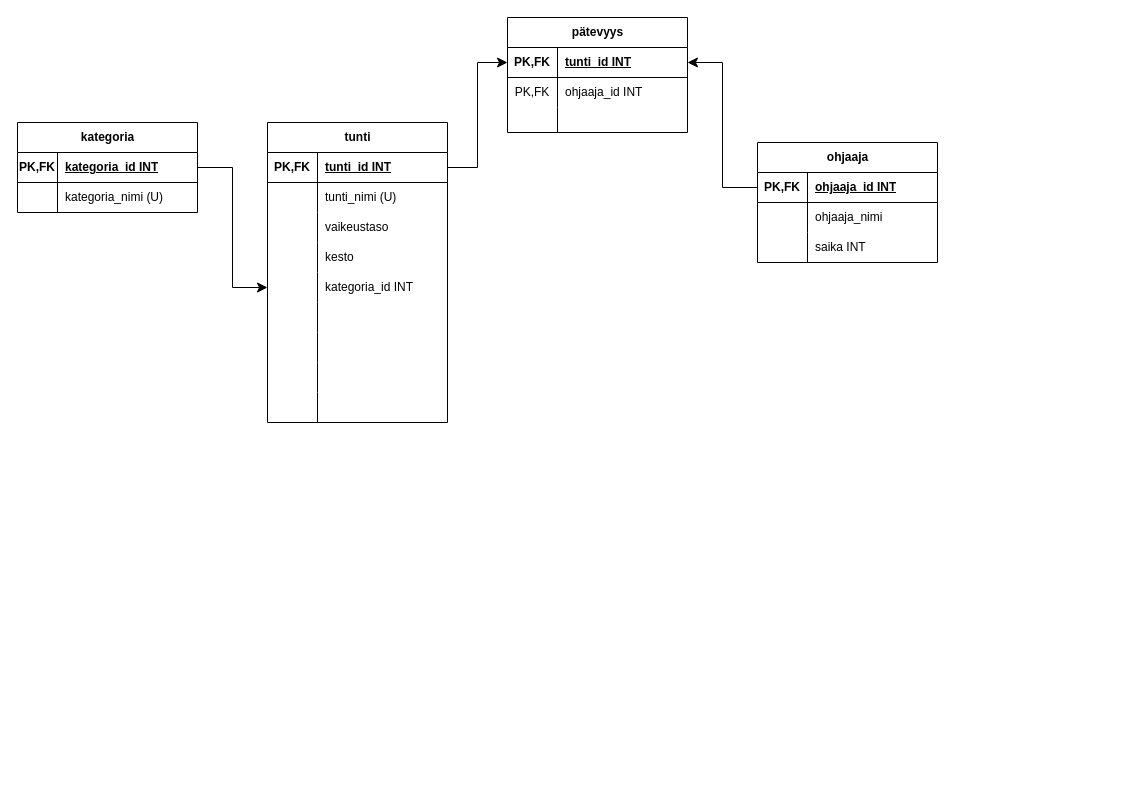
Above: harj4t2.drawio in makevs/tikape_diagrams (draw.io), before the change. Source tidied: cells renumbered, new cells numbered last; positions are measured from the earlier drawing's top-left corner, leaving out a move shared by most shapes. Both pictures are drawn from the tidied source at 100%, with x=0, y=0 at pixel (17, 17).
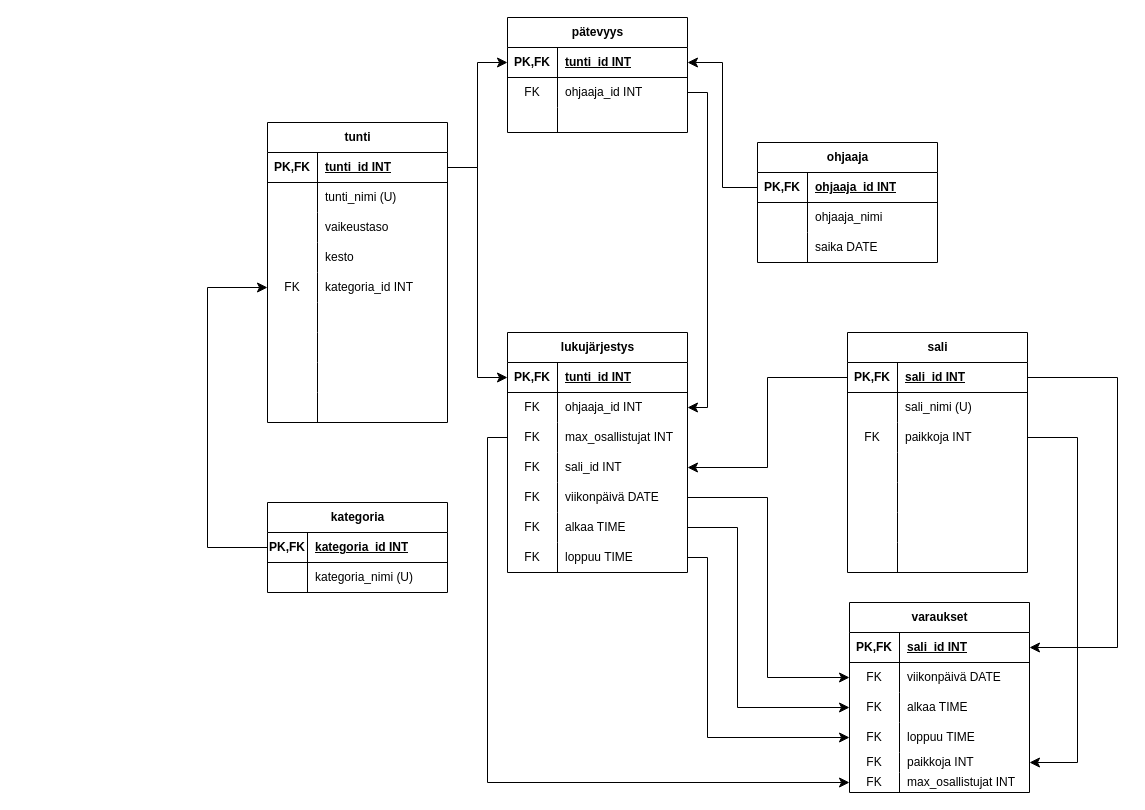
After the change.

Unchanged cells that the change refers to:
```xml
<mxCell id="3" style="shape=tableRow;horizontal=0;startSize=0;swimlaneHead=0;swimlaneBody=0;fillColor=none;points=[[0,0.5],[1,0.5]];portConstraint=eastwest;top=0;left=0;right=0;bottom=1;" parent="2" vertex="1">
  <mxGeometry y="30" width="180" height="30" as="geometry" />
</mxCell>
<mxCell id="15" style="shape=tableRow;horizontal=0;startSize=0;swimlaneHead=0;swimlaneBody=0;fillColor=none;points=[[0,0.5],[1,0.5]];portConstraint=eastwest;top=0;left=0;right=0;bottom=0;" parent="2" vertex="1">
  <mxGeometry y="150" width="180" height="30" as="geometry" />
</mxCell>
<mxCell id="31" style="shape=tableRow;horizontal=0;startSize=0;swimlaneHead=0;swimlaneBody=0;fillColor=none;points=[[0,0.5],[1,0.5]];portConstraint=eastwest;top=0;left=0;right=0;bottom=1;" parent="30" vertex="1">
  <mxGeometry y="30" width="180" height="30" as="geometry" />
</mxCell>
<mxCell id="45" style="shape=tableRow;horizontal=0;startSize=0;swimlaneHead=0;swimlaneBody=0;fillColor=none;top=0;left=0;right=0;bottom=0;" parent="38" vertex="1">
  <mxGeometry y="90" width="180" height="30" as="geometry" />
</mxCell>
<mxCell id="52" style="shape=tableRow;horizontal=0;startSize=0;swimlaneHead=0;swimlaneBody=0;fillColor=none;points=[[0,0.5],[1,0.5]];portConstraint=eastwest;top=0;left=0;right=0;bottom=0;" parent="48" vertex="1">
  <mxGeometry y="60" width="180" height="30" as="geometry" />
</mxCell>
```

Change to the diagram source:
```diff
@@
-    <mxCell id="16" style="shape=partialRectangle;fillColor=none;top=0;left=0;bottom=0;right=0;overflow=hidden;whiteSpace=wrap;html=1;" parent="15" vertex="1">
+    <mxCell id="16" value="FK" style="shape=partialRectangle;fillColor=none;top=0;left=0;bottom=0;right=0;overflow=hidden;whiteSpace=wrap;html=1;" parent="15" vertex="1">
       <mxGeometry width="50" height="30" as="geometry" />
     </mxCell>
@@
     <mxCell id="30" value="kategoria" style="shape=table;startSize=30;childLayout=tableLayout;rowLines=0;fontStyle=1;align=center;html=1;" parent="1" vertex="1">
-      <mxGeometry y="105" width="180" height="90" as="geometry" />
+      <mxGeometry x="250" y="485" width="180" height="90" as="geometry" />
     </mxCell>
@@
-    <mxCell id="37" style="edgeStyle=elbowEdgeStyle;elbow=horizontal;endArrow=classic;html=1;curved=0;rounded=0;endSize=8;startSize=8;exitX=1;exitY=0.5;exitDx=0;exitDy=0;" parent="1" edge="1" source="31" target="15">
-      <mxGeometry relative="1" as="geometry" />
+    <mxCell id="37" style="edgeStyle=elbowEdgeStyle;elbow=horizontal;endArrow=classic;html=1;curved=0;rounded=0;endSize=8;startSize=8;" parent="1" edge="1" source="31" target="15">
+      <mxGeometry relative="1" as="geometry">
+        <Array as="points">
+          <mxPoint x="190" y="395" />
+        </Array>
+      </mxGeometry>
     </mxCell>
@@
-    <mxCell id="47" value="saika INT" style="shape=partialRectangle;fillColor=none;top=0;left=0;bottom=0;right=0;align=left;spacingLeft=6;overflow=hidden;whiteSpace=wrap;html=1;" parent="45" vertex="1">
+    <mxCell id="47" value="saika DATE" style="shape=partialRectangle;fillColor=none;top=0;left=0;bottom=0;right=0;align=left;spacingLeft=6;overflow=hidden;whiteSpace=wrap;html=1;" parent="45" vertex="1">
       <mxGeometry x="50" width="130" height="30" as="geometry" />
     </mxCell>
@@
-    <mxCell id="53" value="PK,FK" style="shape=partialRectangle;fillColor=none;top=0;left=0;bottom=0;right=0;overflow=hidden;whiteSpace=wrap;html=1;" parent="52" vertex="1">
+    <mxCell id="53" value="FK" style="shape=partialRectangle;fillColor=none;top=0;left=0;bottom=0;right=0;overflow=hidden;whiteSpace=wrap;html=1;" parent="52" vertex="1">
       <mxGeometry width="50" height="30" as="geometry" />
     </mxCell>
@@
+    <mxCell id="60" value="lukujärjestys" style="shape=table;startSize=30;childLayout=tableLayout;rowLines=0;fontStyle=1;align=center;html=1;" parent="1" vertex="1">
+      <mxGeometry x="490" y="315" width="180" height="240" as="geometry" />
+    </mxCell>
+    <mxCell id="61" style="shape=tableRow;horizontal=0;startSize=0;swimlaneHead=0;swimlaneBody=0;fillColor=none;points=[[0,0.5],[1,0.5]];portConstraint=eastwest;top=0;left=0;right=0;bottom=1;" parent="60" vertex="1">
+      <mxGeometry y="30" width="180" height="30" as="geometry" />
+    </mxCell>
+    <mxCell id="62" value="PK,FK" style="shape=partialRectangle;fillColor=none;top=0;left=0;bottom=0;right=0;fontStyle=1;overflow=hidden;whiteSpace=wrap;html=1;" parent="61" vertex="1">
+      <mxGeometry width="50" height="30" as="geometry" />
+    </mxCell>
+    <mxCell id="63" value="tunti_id INT" style="shape=partialRectangle;fillColor=none;top=0;left=0;bottom=0;right=0;align=left;spacingLeft=6;fontStyle=5;overflow=hidden;whiteSpace=wrap;html=1;" parent="61" vertex="1">
+      <mxGeometry x="50" width="130" height="30" as="geometry" />
+    </mxCell>
+    <mxCell id="64" style="shape=tableRow;horizontal=0;startSize=0;swimlaneHead=0;swimlaneBody=0;fillColor=none;points=[[0,0.5],[1,0.5]];portConstraint=eastwest;top=0;left=0;right=0;bottom=0;" parent="60" vertex="1">
+      <mxGeometry y="60" width="180" height="30" as="geometry" />
+    </mxCell>
+    <mxCell id="65" value="FK" style="shape=partialRectangle;fillColor=none;top=0;left=0;bottom=0;right=0;overflow=hidden;whiteSpace=wrap;html=1;" parent="64" vertex="1">
+      <mxGeometry width="50" height="30" as="geometry" />
+    </mxCell>
+    <mxCell id="66" value="ohjaaja_id INT" style="shape=partialRectangle;fillColor=none;top=0;left=0;bottom=0;right=0;align=left;spacingLeft=6;overflow=hidden;whiteSpace=wrap;html=1;" parent="64" vertex="1">
+      <mxGeometry x="50" width="130" height="30" as="geometry" />
+    </mxCell>
+    <mxCell id="67" style="shape=tableRow;horizontal=0;startSize=0;swimlaneHead=0;swimlaneBody=0;fillColor=none;points=[[0,0.5],[1,0.5]];portConstraint=eastwest;top=0;left=0;right=0;bottom=0;" parent="60" vertex="1">
+      <mxGeometry y="90" width="180" height="30" as="geometry" />
+    </mxCell>
+    <mxCell id="68" value="FK" style="shape=partialRectangle;fillColor=none;top=0;left=0;bottom=0;right=0;overflow=hidden;whiteSpace=wrap;html=1;" parent="67" vertex="1">
+      <mxGeometry width="50" height="30" as="geometry" />
+    </mxCell>
+    <mxCell id="69" value="max_osallistujat INT" style="shape=partialRectangle;fillColor=none;top=0;left=0;bottom=0;right=0;align=left;spacingLeft=6;overflow=hidden;whiteSpace=wrap;html=1;" parent="67" vertex="1">
+      <mxGeometry x="50" width="130" height="30" as="geometry" />
+    </mxCell>
+    <mxCell id="70" style="shape=tableRow;horizontal=0;startSize=0;swimlaneHead=0;swimlaneBody=0;fillColor=none;points=[[0,0.5],[1,0.5]];portConstraint=eastwest;top=0;left=0;right=0;bottom=0;" parent="60" vertex="1">
+      <mxGeometry y="120" width="180" height="30" as="geometry" />
+    </mxCell>
+    <mxCell id="71" value="FK" style="shape=partialRectangle;fillColor=none;top=0;left=0;bottom=0;right=0;overflow=hidden;whiteSpace=wrap;html=1;" parent="70" vertex="1">
+      <mxGeometry width="50" height="30" as="geometry" />
+    </mxCell>
+    <mxCell id="72" value="sali_id INT" style="shape=partialRectangle;fillColor=none;top=0;left=0;bottom=0;right=0;align=left;spacingLeft=6;overflow=hidden;whiteSpace=wrap;html=1;" parent="70" vertex="1">
+      <mxGeometry x="50" width="130" height="30" as="geometry" />
+    </mxCell>
+    <mxCell id="73" style="shape=tableRow;horizontal=0;startSize=0;swimlaneHead=0;swimlaneBody=0;fillColor=none;points=[[0,0.5],[1,0.5]];portConstraint=eastwest;top=0;left=0;right=0;bottom=0;" parent="60" vertex="1">
+      <mxGeometry y="150" width="180" height="30" as="geometry" />
+    </mxCell>
+    <mxCell id="74" value="FK" style="shape=partialRectangle;fillColor=none;top=0;left=0;bottom=0;right=0;overflow=hidden;whiteSpace=wrap;html=1;" parent="73" vertex="1">
+      <mxGeometry width="50" height="30" as="geometry" />
+    </mxCell>
+    <mxCell id="75" value="viikonpäivä DATE" style="shape=partialRectangle;fillColor=none;top=0;left=0;bottom=0;right=0;align=left;spacingLeft=6;overflow=hidden;whiteSpace=wrap;html=1;" parent="73" vertex="1">
+      <mxGeometry x="50" width="130" height="30" as="geometry" />
+    </mxCell>
+    <mxCell id="76" style="shape=tableRow;horizontal=0;startSize=0;swimlaneHead=0;swimlaneBody=0;fillColor=none;points=[[0,0.5],[1,0.5]];portConstraint=eastwest;top=0;left=0;right=0;bottom=0;" parent="60" vertex="1">
+      <mxGeometry y="180" width="180" height="30" as="geometry" />
+    </mxCell>
+    <mxCell id="77" value="FK" style="shape=partialRectangle;fillColor=none;top=0;left=0;bottom=0;right=0;overflow=hidden;whiteSpace=wrap;html=1;" parent="76" vertex="1">
+      <mxGeometry width="50" height="30" as="geometry" />
+    </mxCell>
+    <mxCell id="78" value="alkaa TIME" style="shape=partialRectangle;fillColor=none;top=0;left=0;bottom=0;right=0;align=left;spacingLeft=6;overflow=hidden;whiteSpace=wrap;html=1;" parent="76" vertex="1">
+      <mxGeometry x="50" width="130" height="30" as="geometry" />
+    </mxCell>
+    <mxCell id="79" style="shape=tableRow;horizontal=0;startSize=0;swimlaneHead=0;swimlaneBody=0;fillColor=none;points=[[0,0.5],[1,0.5]];portConstraint=eastwest;top=0;left=0;right=0;bottom=0;" parent="60" vertex="1">
+      <mxGeometry y="210" width="180" height="30" as="geometry" />
+    </mxCell>
+    <mxCell id="80" value="FK" style="shape=partialRectangle;fillColor=none;top=0;left=0;bottom=0;right=0;overflow=hidden;whiteSpace=wrap;html=1;" parent="79" vertex="1">
+      <mxGeometry width="50" height="30" as="geometry" />
+    </mxCell>
+    <mxCell id="81" value="loppuu TIME" style="shape=partialRectangle;fillColor=none;top=0;left=0;bottom=0;right=0;align=left;spacingLeft=6;overflow=hidden;whiteSpace=wrap;html=1;" parent="79" vertex="1">
+      <mxGeometry x="50" width="130" height="30" as="geometry" />
+    </mxCell>
+    <mxCell id="82" style="edgeStyle=elbowEdgeStyle;elbow=horizontal;endArrow=classic;html=1;curved=0;rounded=0;endSize=8;startSize=8;" parent="1" edge="1" source="3" target="61">
+      <mxGeometry relative="1" as="geometry" />
+    </mxCell>
+    <mxCell id="83" value="sali" style="shape=table;startSize=30;childLayout=tableLayout;rowLines=0;fontStyle=1;align=center;html=1;" parent="1" vertex="1">
+      <mxGeometry x="830" y="315" width="180" height="240" as="geometry" />
+    </mxCell>
+    <mxCell id="84" style="shape=tableRow;horizontal=0;startSize=0;swimlaneHead=0;swimlaneBody=0;fillColor=none;points=[[0,0.5],[1,0.5]];portConstraint=eastwest;top=0;left=0;right=0;bottom=1;" parent="83" vertex="1">
+      <mxGeometry y="30" width="180" height="30" as="geometry" />
+    </mxCell>
+    <mxCell id="85" value="PK,FK" style="shape=partialRectangle;fillColor=none;top=0;left=0;bottom=0;right=0;fontStyle=1;overflow=hidden;whiteSpace=wrap;html=1;" parent="84" vertex="1">
+      <mxGeometry width="50" height="30" as="geometry" />
+    </mxCell>
+    <mxCell id="86" value="sali_id INT" style="shape=partialRectangle;fillColor=none;top=0;left=0;bottom=0;right=0;align=left;spacingLeft=6;fontStyle=5;overflow=hidden;whiteSpace=wrap;html=1;" parent="84" vertex="1">
+      <mxGeometry x="50" width="130" height="30" as="geometry" />
+    </mxCell>
+    <mxCell id="87" style="shape=tableRow;horizontal=0;startSize=0;swimlaneHead=0;swimlaneBody=0;fillColor=none;top=0;left=0;right=0;bottom=0;" parent="83" vertex="1">
+      <mxGeometry y="60" width="180" height="30" as="geometry" />
+    </mxCell>
+    <mxCell id="88" style="shape=partialRectangle;fillColor=none;top=0;left=0;bottom=0;right=0;overflow=hidden;whiteSpace=wrap;html=1;" parent="87" vertex="1">
+      <mxGeometry width="50" height="30" as="geometry" />
+    </mxCell>
+    <mxCell id="89" value="sali_nimi (U)" style="shape=partialRectangle;fillColor=none;top=0;left=0;bottom=0;right=0;align=left;spacingLeft=6;overflow=hidden;whiteSpace=wrap;html=1;" parent="87" vertex="1">
+      <mxGeometry x="50" width="130" height="30" as="geometry" />
+    </mxCell>
+    <mxCell id="90" style="shape=tableRow;horizontal=0;startSize=0;swimlaneHead=0;swimlaneBody=0;fillColor=none;points=[[0,0.5],[1,0.5]];portConstraint=eastwest;top=0;left=0;right=0;bottom=0;" parent="83" vertex="1">
+      <mxGeometry y="90" width="180" height="30" as="geometry" />
+    </mxCell>
+    <mxCell id="91" value="FK" style="shape=partialRectangle;fillColor=none;top=0;left=0;bottom=0;right=0;overflow=hidden;whiteSpace=wrap;html=1;" parent="90" vertex="1">
+      <mxGeometry width="50" height="30" as="geometry" />
+    </mxCell>
+    <mxCell id="92" value="paikkoja INT" style="shape=partialRectangle;fillColor=none;top=0;left=0;bottom=0;right=0;align=left;spacingLeft=6;overflow=hidden;whiteSpace=wrap;html=1;" parent="90" vertex="1">
+      <mxGeometry x="50" width="130" height="30" as="geometry" />
+    </mxCell>
+    <mxCell id="93" style="shape=tableRow;horizontal=0;startSize=0;swimlaneHead=0;swimlaneBody=0;fillColor=none;top=0;left=0;right=0;bottom=0;" parent="83" vertex="1">
+      <mxGeometry y="120" width="180" height="30" as="geometry" />
+    </mxCell>
+    <mxCell id="94" style="shape=partialRectangle;fillColor=none;top=0;left=0;bottom=0;right=0;overflow=hidden;whiteSpace=wrap;html=1;" parent="93" vertex="1">
+      <mxGeometry width="50" height="30" as="geometry" />
+    </mxCell>
+    <mxCell id="95" style="shape=partialRectangle;fillColor=none;top=0;left=0;bottom=0;right=0;align=left;spacingLeft=6;overflow=hidden;whiteSpace=wrap;html=1;" parent="93" vertex="1">
+      <mxGeometry x="50" width="130" height="30" as="geometry" />
+    </mxCell>
+    <mxCell id="96" style="shape=tableRow;horizontal=0;startSize=0;swimlaneHead=0;swimlaneBody=0;fillColor=none;top=0;left=0;right=0;bottom=0;" parent="83" vertex="1">
+      <mxGeometry y="150" width="180" height="30" as="geometry" />
+    </mxCell>
+    <mxCell id="97" style="shape=partialRectangle;fillColor=none;top=0;left=0;bottom=0;right=0;overflow=hidden;whiteSpace=wrap;html=1;" parent="96" vertex="1">
+      <mxGeometry width="50" height="30" as="geometry" />
+    </mxCell>
+    <mxCell id="98" style="shape=partialRectangle;fillColor=none;top=0;left=0;bottom=0;right=0;align=left;spacingLeft=6;overflow=hidden;whiteSpace=wrap;html=1;" parent="96" vertex="1">
+      <mxGeometry x="50" width="130" height="30" as="geometry" />
+    </mxCell>
+    <mxCell id="99" style="shape=tableRow;horizontal=0;startSize=0;swimlaneHead=0;swimlaneBody=0;fillColor=none;top=0;left=0;right=0;bottom=0;" parent="83" vertex="1">
+      <mxGeometry y="180" width="180" height="30" as="geometry" />
+    </mxCell>
+    <mxCell id="100" style="shape=partialRectangle;fillColor=none;top=0;left=0;bottom=0;right=0;overflow=hidden;whiteSpace=wrap;html=1;" parent="99" vertex="1">
+      <mxGeometry width="50" height="30" as="geometry" />
+    </mxCell>
+    <mxCell id="101" style="shape=partialRectangle;fillColor=none;top=0;left=0;bottom=0;right=0;align=left;spacingLeft=6;overflow=hidden;whiteSpace=wrap;html=1;" parent="99" vertex="1">
+      <mxGeometry x="50" width="130" height="30" as="geometry" />
+    </mxCell>
+    <mxCell id="102" style="shape=tableRow;horizontal=0;startSize=0;swimlaneHead=0;swimlaneBody=0;fillColor=none;top=0;left=0;right=0;bottom=0;" parent="83" vertex="1">
+      <mxGeometry y="210" width="180" height="30" as="geometry" />
+    </mxCell>
+    <mxCell id="103" style="shape=partialRectangle;fillColor=none;top=0;left=0;bottom=0;right=0;overflow=hidden;whiteSpace=wrap;html=1;" parent="102" vertex="1">
+      <mxGeometry width="50" height="30" as="geometry" />
+    </mxCell>
+    <mxCell id="104" style="shape=partialRectangle;fillColor=none;top=0;left=0;bottom=0;right=0;align=left;spacingLeft=6;overflow=hidden;whiteSpace=wrap;html=1;" parent="102" vertex="1">
+      <mxGeometry x="50" width="130" height="30" as="geometry" />
+    </mxCell>
+    <mxCell id="105" value="varaukset" style="shape=table;startSize=30;childLayout=tableLayout;rowLines=0;fontStyle=1;align=center;html=1;" parent="1" vertex="1">
+      <mxGeometry x="832" y="585" width="180" height="190" as="geometry" />
+    </mxCell>
+    <mxCell id="106" style="shape=tableRow;horizontal=0;startSize=0;swimlaneHead=0;swimlaneBody=0;fillColor=none;points=[[0,0.5],[1,0.5]];portConstraint=eastwest;top=0;left=0;right=0;bottom=1;" parent="105" vertex="1">
+      <mxGeometry y="30" width="180" height="30" as="geometry" />
+    </mxCell>
+    <mxCell id="107" value="PK,FK" style="shape=partialRectangle;fillColor=none;top=0;left=0;bottom=0;right=0;fontStyle=1;overflow=hidden;whiteSpace=wrap;html=1;" parent="106" vertex="1">
+      <mxGeometry width="50" height="30" as="geometry" />
+    </mxCell>
+    <mxCell id="108" value="sali_id INT" style="shape=partialRectangle;fillColor=none;top=0;left=0;bottom=0;right=0;align=left;spacingLeft=6;fontStyle=5;overflow=hidden;whiteSpace=wrap;html=1;" parent="106" vertex="1">
+      <mxGeometry x="50" width="130" height="30" as="geometry" />
+    </mxCell>
+    <mxCell id="109" style="shape=tableRow;horizontal=0;startSize=0;swimlaneHead=0;swimlaneBody=0;fillColor=none;points=[[0,0.5],[1,0.5]];portConstraint=eastwest;top=0;left=0;right=0;bottom=0;" parent="105" vertex="1">
+      <mxGeometry y="60" width="180" height="30" as="geometry" />
+    </mxCell>
+    <mxCell id="110" value="FK" style="shape=partialRectangle;fillColor=none;top=0;left=0;bottom=0;right=0;overflow=hidden;whiteSpace=wrap;html=1;" parent="109" vertex="1">
+      <mxGeometry width="50" height="30" as="geometry" />
+    </mxCell>
+    <mxCell id="111" value="viikonpäivä DATE" style="shape=partialRectangle;fillColor=none;top=0;left=0;bottom=0;right=0;align=left;spacingLeft=6;overflow=hidden;whiteSpace=wrap;html=1;" parent="109" vertex="1">
+      <mxGeometry x="50" width="130" height="30" as="geometry" />
+    </mxCell>
+    <mxCell id="112" style="shape=tableRow;horizontal=0;startSize=0;swimlaneHead=0;swimlaneBody=0;fillColor=none;points=[[0,0.5],[1,0.5]];portConstraint=eastwest;top=0;left=0;right=0;bottom=0;" parent="105" vertex="1">
+      <mxGeometry y="90" width="180" height="30" as="geometry" />
+    </mxCell>
+    <mxCell id="113" value="FK" style="shape=partialRectangle;fillColor=none;top=0;left=0;bottom=0;right=0;overflow=hidden;whiteSpace=wrap;html=1;" parent="112" vertex="1">
+      <mxGeometry width="50" height="30" as="geometry" />
+    </mxCell>
+    <mxCell id="114" value="alkaa TIME" style="shape=partialRectangle;fillColor=none;top=0;left=0;bottom=0;right=0;align=left;spacingLeft=6;overflow=hidden;whiteSpace=wrap;html=1;" parent="112" vertex="1">
+      <mxGeometry x="50" width="130" height="30" as="geometry" />
+    </mxCell>
+    <mxCell id="115" style="shape=tableRow;horizontal=0;startSize=0;swimlaneHead=0;swimlaneBody=0;fillColor=none;points=[[0,0.5],[1,0.5]];portConstraint=eastwest;top=0;left=0;right=0;bottom=0;" parent="105" vertex="1">
+      <mxGeometry y="120" width="180" height="30" as="geometry" />
+    </mxCell>
+    <mxCell id="116" value="FK" style="shape=partialRectangle;fillColor=none;top=0;left=0;bottom=0;right=0;overflow=hidden;whiteSpace=wrap;html=1;" parent="115" vertex="1">
+      <mxGeometry width="50" height="30" as="geometry" />
+    </mxCell>
+    <mxCell id="117" value="loppuu TIME" style="shape=partialRectangle;fillColor=none;top=0;left=0;bottom=0;right=0;align=left;spacingLeft=6;overflow=hidden;whiteSpace=wrap;html=1;" parent="115" vertex="1">
+      <mxGeometry x="50" width="130" height="30" as="geometry" />
+    </mxCell>
+    <mxCell id="118" style="shape=tableRow;horizontal=0;startSize=0;swimlaneHead=0;swimlaneBody=0;fillColor=none;points=[[0,0.5],[1,0.5]];portConstraint=eastwest;top=0;left=0;right=0;bottom=0;" parent="105" vertex="1">
+      <mxGeometry y="150" width="180" height="20" as="geometry" />
+    </mxCell>
+    <mxCell id="119" value="FK" style="shape=partialRectangle;fillColor=none;top=0;left=0;bottom=0;right=0;overflow=hidden;whiteSpace=wrap;html=1;" parent="118" vertex="1">
+      <mxGeometry width="50" height="20" as="geometry" />
+    </mxCell>
+    <mxCell id="120" value="paikkoja INT" style="shape=partialRectangle;fillColor=none;top=0;left=0;bottom=0;right=0;align=left;spacingLeft=6;overflow=hidden;whiteSpace=wrap;html=1;" parent="118" vertex="1">
+      <mxGeometry x="50" width="130" height="20" as="geometry" />
+    </mxCell>
+    <mxCell id="121" style="shape=tableRow;horizontal=0;startSize=0;swimlaneHead=0;swimlaneBody=0;fillColor=none;points=[[0,0.5],[1,0.5]];portConstraint=eastwest;top=0;left=0;right=0;bottom=0;" parent="105" vertex="1">
+      <mxGeometry y="170" width="180" height="20" as="geometry" />
+    </mxCell>
+    <mxCell id="122" value="FK" style="shape=partialRectangle;fillColor=none;top=0;left=0;bottom=0;right=0;overflow=hidden;whiteSpace=wrap;html=1;" parent="121" vertex="1">
+      <mxGeometry width="50" height="20" as="geometry" />
+    </mxCell>
+    <mxCell id="123" value="max_osallistujat INT" style="shape=partialRectangle;fillColor=none;top=0;left=0;bottom=0;right=0;align=left;spacingLeft=6;overflow=hidden;whiteSpace=wrap;html=1;" parent="121" vertex="1">
+      <mxGeometry x="50" width="130" height="20" as="geometry" />
+    </mxCell>
+    <mxCell id="124" style="edgeStyle=elbowEdgeStyle;elbow=horizontal;endArrow=classic;html=1;curved=0;rounded=0;endSize=8;startSize=8;" parent="1" edge="1" source="84" target="70">
+      <mxGeometry relative="1" as="geometry" />
+    </mxCell>
+    <mxCell id="125" style="edgeStyle=elbowEdgeStyle;elbow=horizontal;endArrow=classic;html=1;curved=0;rounded=0;endSize=8;startSize=8;" parent="1" edge="1" source="52" target="64">
+      <mxGeometry relative="1" as="geometry">
+        <Array as="points">
+          <mxPoint x="690" y="315" />
+        </Array>
+      </mxGeometry>
+    </mxCell>
+    <mxCell id="126" style="shape=tableRow;horizontal=0;startSize=0;swimlaneHead=0;swimlaneBody=0;fillColor=none;top=0;left=0;right=0;bottom=0;" parent="1" vertex="1">
+      <mxGeometry x="720" y="675" width="180" height="30" as="geometry" />
+    </mxCell>
+    <mxCell id="127" style="shape=tableRow;horizontal=0;startSize=0;swimlaneHead=0;swimlaneBody=0;fillColor=none;top=0;left=0;right=0;bottom=0;" parent="1" vertex="1">
+      <mxGeometry x="720" y="705" width="180" height="30" as="geometry" />
+    </mxCell>
+    <mxCell id="128" style="shape=tableRow;horizontal=0;startSize=0;swimlaneHead=0;swimlaneBody=0;fillColor=none;top=0;left=0;right=0;bottom=0;" parent="1" vertex="1">
+      <mxGeometry x="720" y="735" width="180" height="30" as="geometry" />
+    </mxCell>
+    <mxCell id="129" style="edgeStyle=elbowEdgeStyle;elbow=horizontal;endArrow=classic;html=1;curved=0;rounded=0;endSize=8;startSize=8;" parent="1" edge="1" source="73" target="109">
+      <mxGeometry relative="1" as="geometry">
+        <Array as="points">
+          <mxPoint x="750" y="615" />
+        </Array>
+      </mxGeometry>
+    </mxCell>
+    <mxCell id="130" style="edgeStyle=elbowEdgeStyle;elbow=horizontal;endArrow=classic;html=1;curved=0;rounded=0;endSize=8;startSize=8;" parent="1" edge="1" source="76" target="112">
+      <mxGeometry relative="1" as="geometry">
+        <Array as="points">
+          <mxPoint x="720" y="605" />
+        </Array>
+      </mxGeometry>
+    </mxCell>
+    <mxCell id="131" style="edgeStyle=elbowEdgeStyle;elbow=horizontal;endArrow=classic;html=1;curved=0;rounded=0;endSize=8;startSize=8;" parent="1" edge="1" source="79" target="115">
+      <mxGeometry relative="1" as="geometry">
+        <Array as="points">
+          <mxPoint x="690" y="625" />
+        </Array>
+      </mxGeometry>
+    </mxCell>
+    <mxCell id="132" style="edgeStyle=elbowEdgeStyle;elbow=horizontal;endArrow=classic;html=1;curved=0;rounded=0;endSize=8;startSize=8;" parent="1" edge="1" source="84" target="106">
+      <mxGeometry relative="1" as="geometry">
+        <Array as="points">
+          <mxPoint x="1100" y="495" />
+        </Array>
+      </mxGeometry>
+    </mxCell>
+    <mxCell id="133" style="edgeStyle=elbowEdgeStyle;elbow=horizontal;endArrow=classic;html=1;curved=0;rounded=0;endSize=8;startSize=8;" parent="1" edge="1" source="90" target="118">
+      <mxGeometry relative="1" as="geometry">
+        <Array as="points">
+          <mxPoint x="1060" y="585" />
+        </Array>
+      </mxGeometry>
+    </mxCell>
+    <mxCell id="134" style="edgeStyle=elbowEdgeStyle;elbow=horizontal;endArrow=classic;html=1;curved=0;rounded=0;endSize=8;startSize=8;" parent="1" edge="1" source="67" target="121">
+      <mxGeometry relative="1" as="geometry">
+        <Array as="points">
+          <mxPoint x="470" y="545" />
+        </Array>
+      </mxGeometry>
+    </mxCell>
```
